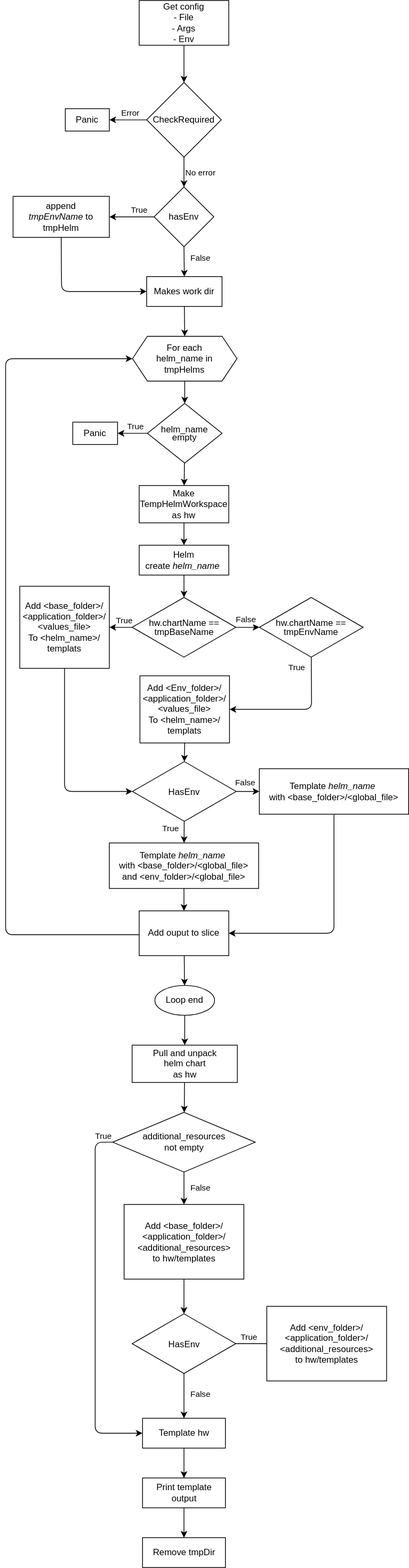
This is docs/code-diagram.drawio.svg from distributed-technologies/helm-overdrive, a draw.io export, as it was before one commit. Source tidied: cells renumbered, new cells last; positions are measured from the earlier drawing's top-left corner, leaving out a move shared by most shapes.
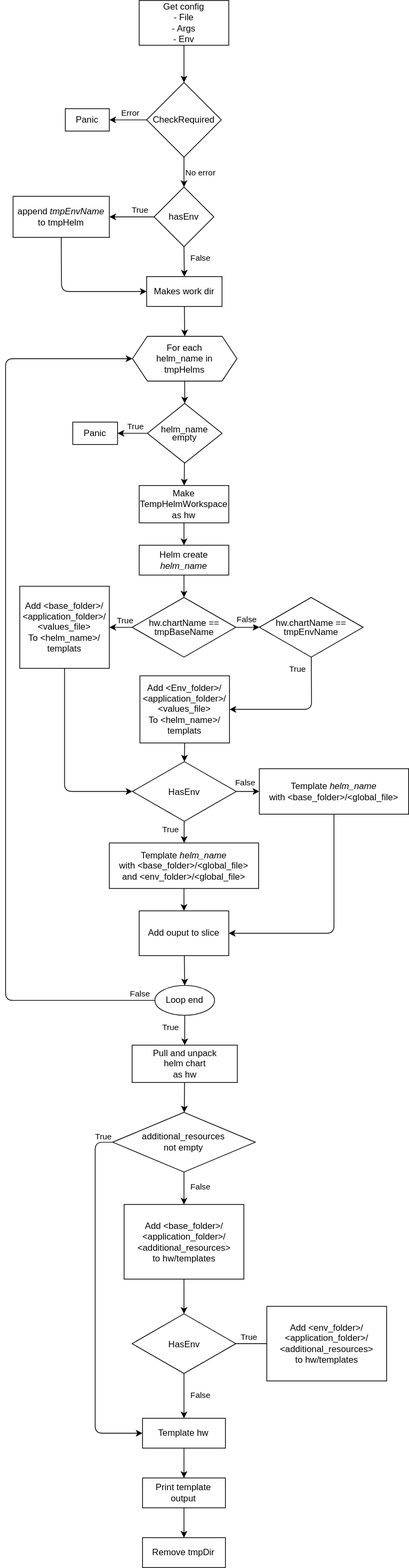
The same diagram one commit later.

Commit message:
Changed loop check

The edit, as a diff of the source:
```diff
@@ -185,15 +185,19 @@
     <mxCell id="50" value="Template&lt;i&gt;&amp;nbsp;helm_name&lt;/i&gt;&amp;nbsp;&lt;br&gt;with &amp;lt;base_folder&amp;gt;/&amp;lt;global_file&amp;gt;" style="rounded=0;whiteSpace=wrap;html=1;" parent="1" vertex="1">
       <mxGeometry x="340" y="1029.5" width="200" height="61" as="geometry" />
     </mxCell>
-    <mxCell id="51" style="edgeStyle=none;html=1;exitX=0;exitY=0.5;exitDx=0;exitDy=0;entryX=0;entryY=0.5;entryDx=0;entryDy=0;" parent="1" edge="1" target="13">
+    <mxCell id="51" style="edgeStyle=none;html=1;exitX=0;exitY=0.5;exitDx=0;exitDy=0;entryX=0;entryY=0.5;entryDx=0;entryDy=0;" parent="1" edge="1" source="55" target="13">
       <mxGeometry relative="1" as="geometry">
-        <mxPoint x="179" y="1252" as="sourcePoint" />
         <Array as="points">
-          <mxPoint y="1252" />
+          <mxPoint y="1340" />
           <mxPoint y="480" />
         </Array>
       </mxGeometry>
     </mxCell>
+    <mxCell id="76" value="False" style="edgeLabel;html=1;align=center;verticalAlign=middle;" parent="51" vertex="1">
+      <mxGeometry x="-0.95" y="-2" relative="1" as="geometry">
+        <mxPoint x="11" y="-8" as="offset" />
+      </mxGeometry>
+    </mxCell>
     <mxCell id="52" style="edgeStyle=none;html=1;" parent="1" edge="1" source="53" target="55">
       <mxGeometry relative="1" as="geometry" />
     </mxCell>
@@ -203,6 +207,11 @@
     <mxCell id="54" style="edgeStyle=none;html=1;" parent="1" edge="1" source="55" target="57">
       <mxGeometry relative="1" as="geometry" />
     </mxCell>
+    <mxCell id="77" value="True" style="edgeLabel;html=1;align=center;verticalAlign=middle;" parent="54" vertex="1">
+      <mxGeometry x="-0.53" y="3" relative="1" as="geometry">
+        <mxPoint x="-23" y="5" as="offset" />
+      </mxGeometry>
+    </mxCell>
     <mxCell id="55" value="Loop end" style="ellipse;whiteSpace=wrap;html=1;rounded=0;" parent="1" vertex="1">
       <mxGeometry x="200" y="1320" width="80" height="40" as="geometry" />
     </mxCell>
```
